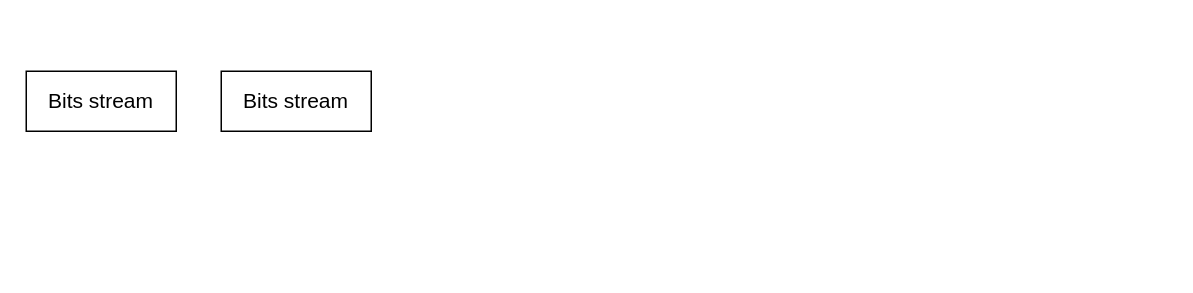
Before: Диаграмма без названия.drawio in isvoropaev02/OFDM, a draw.io diagram. Source tidied: cells renumbered, new cells numbered last; positions are measured from the earlier drawing's top-left corner, leaving out a move shared by most shapes. Both pictures are drawn from the tidied source at 150%, with x=0, y=0 at pixel (26, 70).
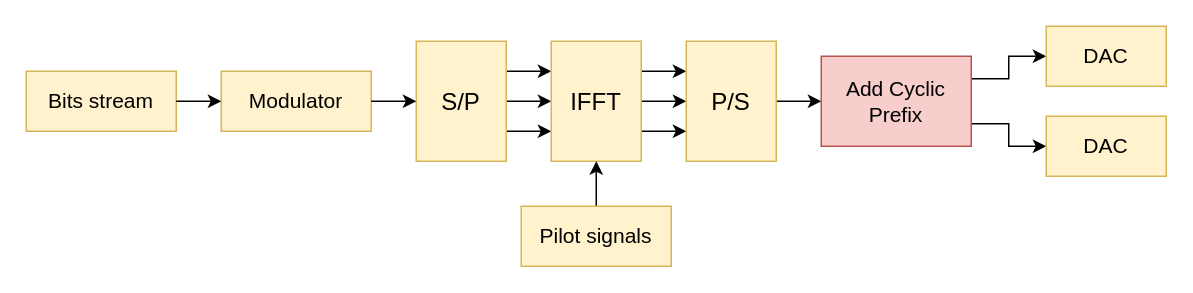
After the change.

What changed in the source:
```diff
@@
-    <mxCell id="2" value="&lt;font style=&quot;font-size: 14px;&quot; face=&quot;Helvetica&quot;&gt;Bits stream&lt;/font&gt;" style="rounded=0;whiteSpace=wrap;html=1;" parent="1" vertex="1">
+    <mxCell id="2" value="&lt;font style=&quot;font-size: 14px;&quot; face=&quot;Helvetica&quot;&gt;Bits stream&lt;/font&gt;" style="rounded=0;whiteSpace=wrap;html=1;fillColor=#fff2cc;strokeColor=#d6b656;" parent="1" vertex="1">
       <mxGeometry width="100" height="40" as="geometry" />
     </mxCell>
-    <mxCell id="3" value="&lt;font style=&quot;font-size: 14px;&quot; face=&quot;Helvetica&quot;&gt;Bits stream&lt;/font&gt;" style="rounded=0;whiteSpace=wrap;html=1;" parent="1" vertex="1">
+    <mxCell id="3" value="&lt;font style=&quot;font-size: 14px;&quot; face=&quot;Helvetica&quot;&gt;Modulator&lt;/font&gt;" style="rounded=0;whiteSpace=wrap;html=1;fillColor=#fff2cc;strokeColor=#d6b656;" parent="1" vertex="1">
       <mxGeometry x="130" width="100" height="40" as="geometry" />
     </mxCell>
+    <mxCell id="4" style="edgeStyle=orthogonalEdgeStyle;rounded=0;jettySize=auto;html=1;exitX=0.75;exitY=0;exitDx=0;exitDy=0;entryX=0.75;entryY=1;entryDx=0;entryDy=0;" parent="1" edge="1" source="7" target="11">
+      <mxGeometry relative="1" as="geometry" />
+    </mxCell>
+    <mxCell id="5" style="edgeStyle=orthogonalEdgeStyle;rounded=0;jettySize=auto;html=1;exitX=0.5;exitY=0;exitDx=0;exitDy=0;entryX=0.5;entryY=1;entryDx=0;entryDy=0;" parent="1" edge="1" source="7" target="11">
+      <mxGeometry relative="1" as="geometry" />
+    </mxCell>
+    <mxCell id="6" style="edgeStyle=orthogonalEdgeStyle;rounded=0;jettySize=auto;html=1;exitX=0.25;exitY=0;exitDx=0;exitDy=0;entryX=0.25;entryY=1;entryDx=0;entryDy=0;" parent="1" edge="1" source="7" target="11">
+      <mxGeometry relative="1" as="geometry" />
+    </mxCell>
+    <mxCell id="7" value="&lt;font size=&quot;3&quot;&gt;S/P&lt;/font&gt;" style="rounded=0;whiteSpace=wrap;html=1;direction=south;fillColor=#fff2cc;strokeColor=#d6b656;" parent="1" vertex="1">
+      <mxGeometry x="260" y="-20" width="60" height="80" as="geometry" />
+    </mxCell>
+    <mxCell id="8" style="edgeStyle=orthogonalEdgeStyle;rounded=0;jettySize=auto;html=1;exitX=0.75;exitY=0;exitDx=0;exitDy=0;entryX=0.75;entryY=1;entryDx=0;entryDy=0;" parent="1" edge="1" source="11" target="13">
+      <mxGeometry relative="1" as="geometry" />
+    </mxCell>
+    <mxCell id="9" style="edgeStyle=orthogonalEdgeStyle;rounded=0;jettySize=auto;html=1;exitX=0.5;exitY=0;exitDx=0;exitDy=0;entryX=0.5;entryY=1;entryDx=0;entryDy=0;" parent="1" edge="1" source="11" target="13">
+      <mxGeometry relative="1" as="geometry" />
+    </mxCell>
+    <mxCell id="10" style="edgeStyle=orthogonalEdgeStyle;rounded=0;jettySize=auto;html=1;exitX=0.25;exitY=0;exitDx=0;exitDy=0;entryX=0.25;entryY=1;entryDx=0;entryDy=0;" parent="1" edge="1" source="11" target="13">
+      <mxGeometry relative="1" as="geometry" />
+    </mxCell>
+    <mxCell id="11" value="&lt;font size=&quot;3&quot;&gt;IFFT&lt;/font&gt;" style="rounded=0;whiteSpace=wrap;html=1;direction=south;fillColor=#fff2cc;strokeColor=#d6b656;" parent="1" vertex="1">
+      <mxGeometry x="350" y="-20" width="60" height="80" as="geometry" />
+    </mxCell>
+    <mxCell id="12" style="edgeStyle=orthogonalEdgeStyle;rounded=0;jettySize=auto;html=1;exitX=0.5;exitY=0;exitDx=0;exitDy=0;entryX=0;entryY=0.5;entryDx=0;entryDy=0;" parent="1" edge="1" source="13" target="18">
+      <mxGeometry relative="1" as="geometry" />
+    </mxCell>
+    <mxCell id="13" value="&lt;font size=&quot;3&quot;&gt;P/S&lt;/font&gt;" style="rounded=0;whiteSpace=wrap;html=1;direction=south;fillColor=#fff2cc;strokeColor=#d6b656;" parent="1" vertex="1">
+      <mxGeometry x="440" y="-20" width="60" height="80" as="geometry" />
+    </mxCell>
+    <mxCell id="14" style="edgeStyle=orthogonalEdgeStyle;rounded=0;jettySize=auto;html=1;exitX=0.5;exitY=0;exitDx=0;exitDy=0;entryX=1;entryY=0.5;entryDx=0;entryDy=0;" parent="1" edge="1" source="15" target="11">
+      <mxGeometry relative="1" as="geometry" />
+    </mxCell>
+    <mxCell id="15" value="&lt;font style=&quot;font-size: 14px;&quot; face=&quot;Helvetica&quot;&gt;Pilot signals&lt;/font&gt;" style="rounded=0;whiteSpace=wrap;html=1;fillColor=#fff2cc;strokeColor=#d6b656;" parent="1" vertex="1">
+      <mxGeometry x="330" y="90" width="100" height="40" as="geometry" />
+    </mxCell>
+    <mxCell id="16" style="edgeStyle=orthogonalEdgeStyle;rounded=0;jettySize=auto;html=1;exitX=1;exitY=0.25;exitDx=0;exitDy=0;entryX=0;entryY=0.5;entryDx=0;entryDy=0;" parent="1" edge="1" source="18" target="19">
+      <mxGeometry relative="1" as="geometry" />
+    </mxCell>
+    <mxCell id="17" style="edgeStyle=orthogonalEdgeStyle;rounded=0;jettySize=auto;html=1;exitX=1;exitY=0.75;exitDx=0;exitDy=0;entryX=0;entryY=0.5;entryDx=0;entryDy=0;" parent="1" edge="1" source="18" target="20">
+      <mxGeometry relative="1" as="geometry" />
+    </mxCell>
+    <mxCell id="18" value="&lt;font style=&quot;font-size: 14px;&quot; face=&quot;Helvetica&quot;&gt;Add Cyclic Prefix&lt;/font&gt;" style="rounded=0;whiteSpace=wrap;html=1;fillColor=#f8cecc;strokeColor=#b85450;" parent="1" vertex="1">
+      <mxGeometry x="530" y="-10" width="100" height="60" as="geometry" />
+    </mxCell>
+    <mxCell id="19" value="&lt;font style=&quot;font-size: 14px;&quot; face=&quot;Helvetica&quot;&gt;DAC&lt;/font&gt;" style="rounded=0;whiteSpace=wrap;html=1;fillColor=#fff2cc;strokeColor=#d6b656;" parent="1" vertex="1">
+      <mxGeometry x="680" y="-30" width="80" height="40" as="geometry" />
+    </mxCell>
+    <mxCell id="20" value="&lt;font style=&quot;font-size: 14px;&quot; face=&quot;Helvetica&quot;&gt;DAC&lt;/font&gt;" style="rounded=0;whiteSpace=wrap;html=1;fillColor=#fff2cc;strokeColor=#d6b656;" parent="1" vertex="1">
+      <mxGeometry x="680" y="30" width="80" height="40" as="geometry" />
+    </mxCell>
+    <mxCell id="21" style="endArrow=classic;html=1;rounded=0;exitX=1;exitY=0.5;exitDx=0;exitDy=0;entryX=0;entryY=0.5;entryDx=0;entryDy=0;" parent="1" edge="1" source="2" target="3">
+      <mxGeometry relative="1" as="geometry" />
+    </mxCell>
+    <mxCell id="22" style="endArrow=classic;html=1;rounded=0;exitX=1;exitY=0.5;exitDx=0;exitDy=0;entryX=0.5;entryY=1;entryDx=0;entryDy=0;" parent="1" edge="1" source="3" target="7">
+      <mxGeometry relative="1" as="geometry" />
+    </mxCell>
```
